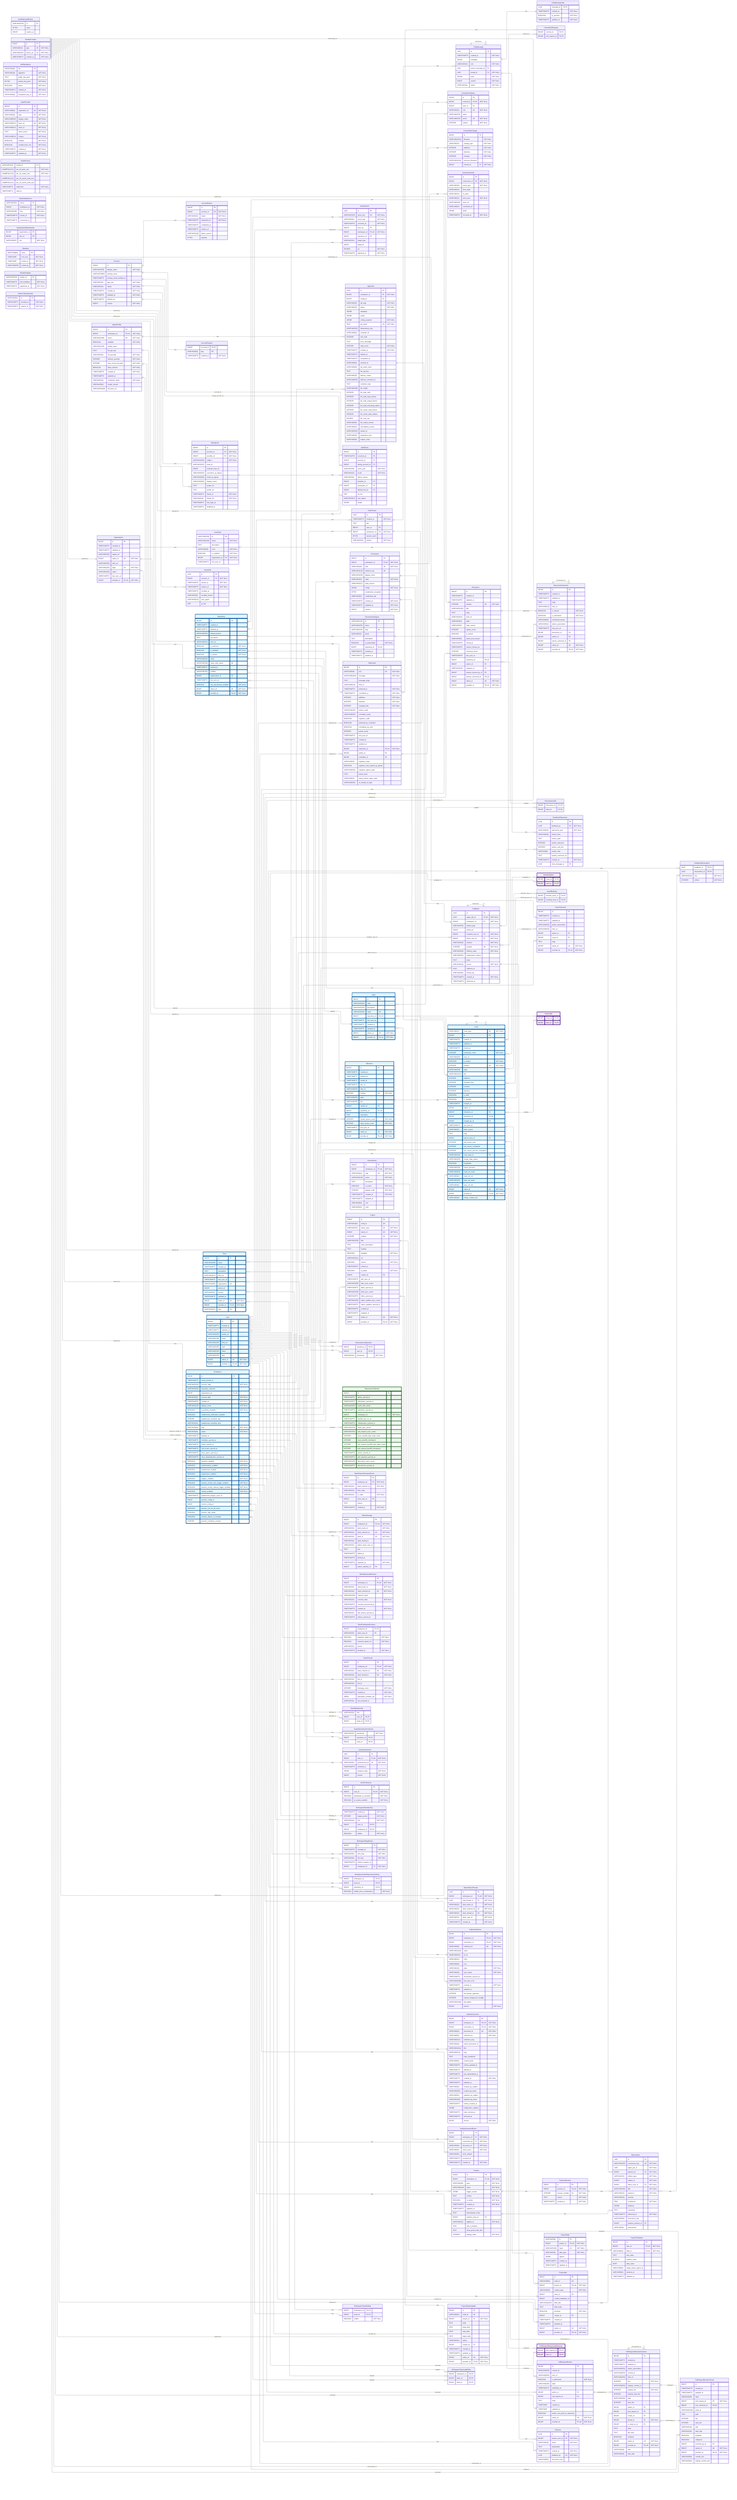
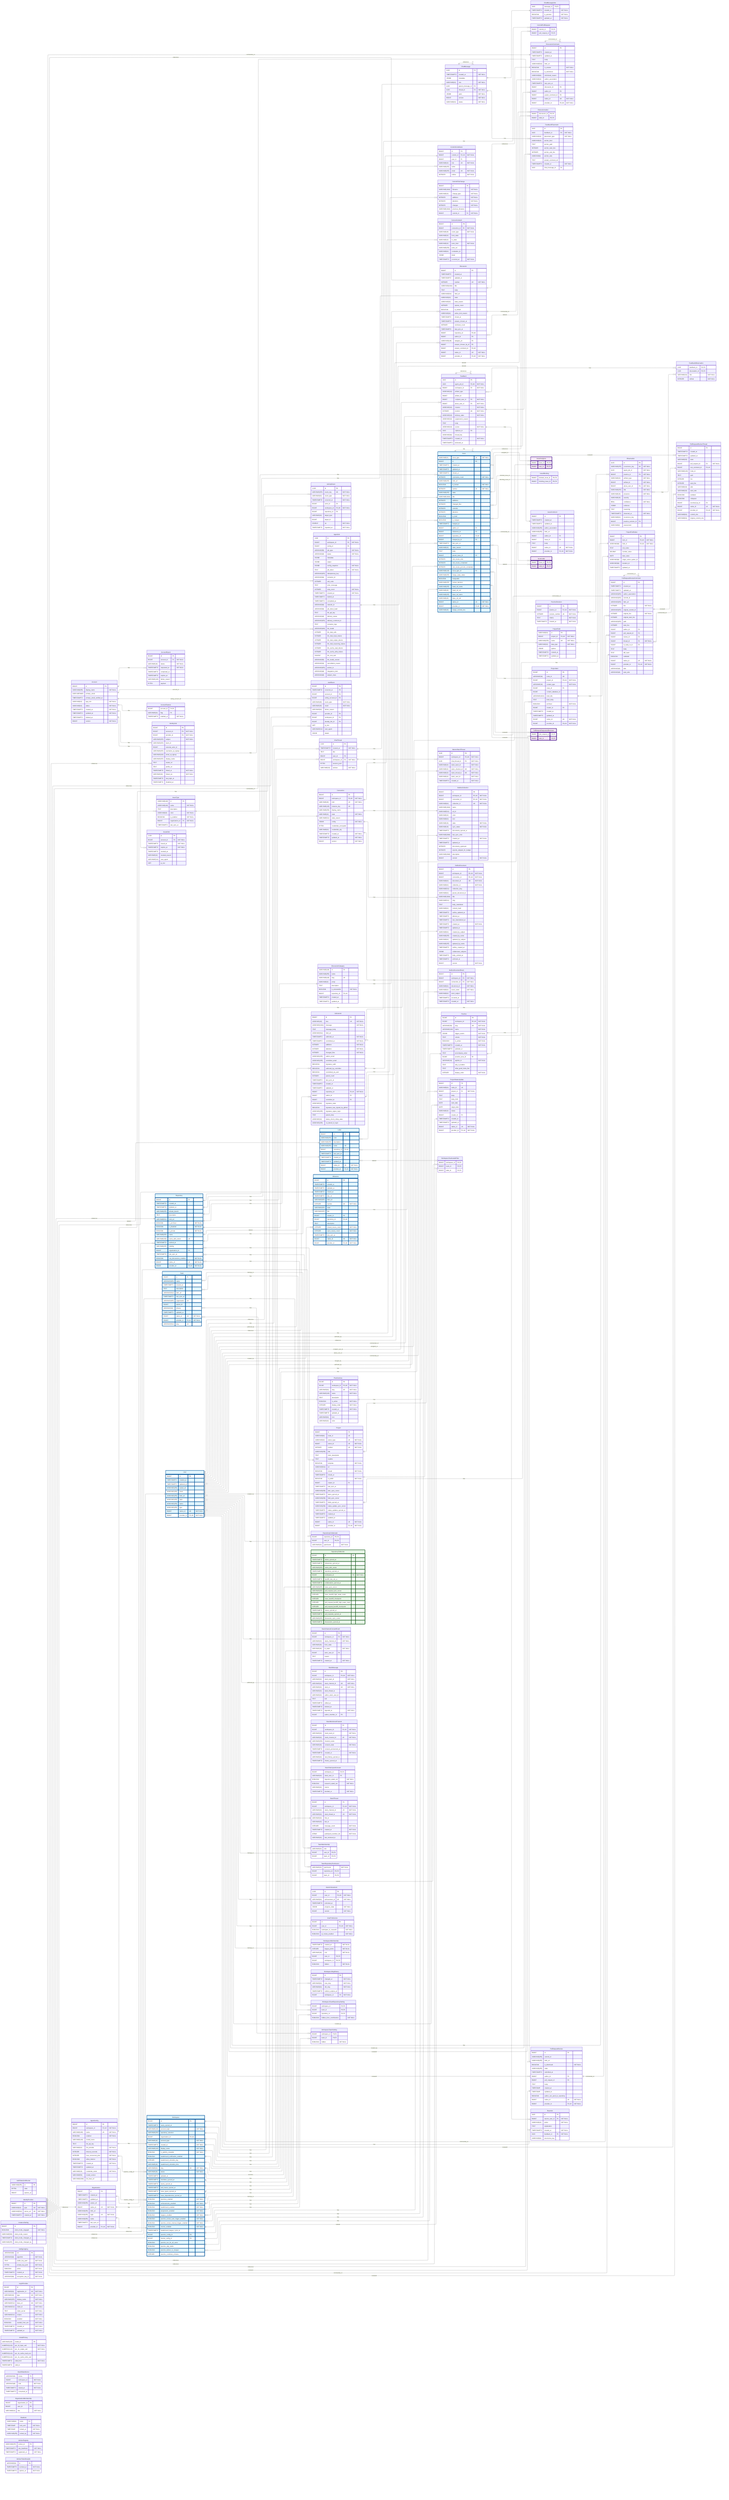
---
config:
    layout: elk
---
erDiagram
    %% Generated automatically from PostgreSQL database schema
    %% using scripts/generate-mermaid-erd.ts
    %% To regenerate: pnpm run db:generate-erd-docs

    direction LR

    Account {
        BIGINT id PK
        VARCHAR(255) display_name "NOT NULL"
        USER-DEFINED primary_email
        TIMESTAMPTZ primary_email_verified_at
        VARCHAR(16) app_role "NOT NULL"
        VARCHAR(16) status "NOT NULL"
        TIMESTAMPTZ created_at "NOT NULL"
        TIMESTAMPTZ updated_at "NOT NULL"
        TIMESTAMPTZ deleted_at
        BIGINT version "NOT NULL"
    }

    AccountExport {
        BIGINT id PK
        BIGINT account_id FK "NOT NULL"
        VARCHAR(16) status "NOT NULL"
        TIMESTAMPTZ requested_at "NOT NULL"
        TIMESTAMPTZ completed_at
        TIMESTAMPTZ expires_at
        VARCHAR(128) failure_reason
        BYTEA payload
    }

    AccountFeature {
        BIGINT account_id PK,FK
        VARCHAR(64) flag PK
        TIMESTAMPTZ enabled_at "NOT NULL"
    }

    ActivityEvent {
        UUID id PK
        VARCHAR(255) event_key UK "NOT NULL"
        VARCHAR(64) event_type "NOT NULL"
        TIMESTAMPTZ occurred_at "NOT NULL"
        BIGINT actor_id FK
        BIGINT workspace_id FK,UK "NOT NULL"
        BIGINT repository_id FK
        VARCHAR(32) target_type
        BIGINT target_id
        DOUBLE xp "NOT NULL"
        TIMESTAMPTZ ingested_at "NOT NULL"
    }

    AgentConfig {
        BIGINT id PK
        BIGINT workspace_id FK,UK "NOT NULL"
        VARCHAR(100) name UK "NOT NULL"
        BOOLEAN enabled "NOT NULL"
        VARCHAR(128) model_name
        TEXT llm_api_key
        VARCHAR(32) llm_provider "NOT NULL"
        INTEGER timeout_seconds "NOT NULL"
        INTEGER max_concurrent_jobs "NOT NULL"
        BOOLEAN allow_internet "NOT NULL"
        TIMESTAMPTZ created_at "NOT NULL"
        TIMESTAMPTZ updated_at
        VARCHAR(16) credential_mode "NOT NULL"
        VARCHAR(50) model_version
        VARCHAR(2048) llm_base_url
    }

    AgentJob {
        UUID id PK
        BIGINT workspace_id FK "NOT NULL"
        BIGINT config_id FK
        VARCHAR(50) job_type "NOT NULL"
        VARCHAR(20) status "NOT NULL"
        JSONB metadata
        JSONB output
        JSONB config_snapshot "NOT NULL"
        TEXT job_token UK "NOT NULL"
        VARCHAR(255) idempotency_key
        VARCHAR(64) container_id
        INTEGER exit_code
        TEXT error_message
        INTEGER retry_count "NOT NULL"
        TIMESTAMPTZ created_at "NOT NULL"
        TIMESTAMPTZ started_at
        TIMESTAMPTZ completed_at
        VARCHAR(64) network_id
        VARCHAR(64) job_token_hash
        TEXT llm_api_key
        VARCHAR(20) delivery_status
        VARCHAR(255) delivery_comment_id
        TEXT container_logs
        VARCHAR(100) llm_model
        INTEGER llm_total_calls
        INTEGER llm_total_input_tokens
        INTEGER llm_total_output_tokens
        INTEGER llm_total_reasoning_tokens
        INTEGER llm_cache_read_tokens
        INTEGER llm_cache_write_tokens
        DOUBLE llm_cost_usd
        VARCHAR(50) llm_model_version
        VARCHAR(32) cancellation_reason
        VARCHAR(255) worker_id
        VARCHAR(48) integration_kind
        VARCHAR(48) subject_class
    }

    AuthEvent {
        BIGINT id PK
        TIMESTAMPTZ occurred_at PK
        BIGINT account_id FK
        BIGINT acting_account_id FK
        VARCHAR(48) event_type "NOT NULL"
        VARCHAR(16) result "NOT NULL"
        VARCHAR(64) failure_reason
        BIGINT provider_id FK
        BIGINT workspace_id FK
        BIGINT identity_link_id FK
        INET ip_inet
        VARCHAR(512) user_agent
        JSONB details
    }

    AuthRateLimitBucket {
        VARCHAR(255) id PK
        BYTEA state
        BIGINT expires_at
    }

    ChatMessage {
        UUID id PK
        TIMESTAMPTZ created_at "NOT NULL"
        JSONB metadata
        VARCHAR(16) role "NOT NULL"
        UUID parent_message_id FK
        UUID thread_id FK "NOT NULL"
        JSONB parts "NOT NULL"
        BIGINT version "NOT NULL"
        VARCHAR(16) status "NOT NULL"
    }

    ChatMessageVote {
        UUID message_id PK,FK
        TIMESTAMPTZ created_at "NOT NULL"
        BOOLEAN is_upvoted "NOT NULL"
        TIMESTAMPTZ updated_at "NOT NULL"
    }

    ChatThread {
        UUID id PK
        TIMESTAMPTZ created_at "NOT NULL"
        TEXT title
        BIGINT user_id FK
        BIGINT workspace_id FK "NOT NULL"
        BYTEA session_jsonl
        VARCHAR(16) surface "NOT NULL"
    }

    CommitContributor {
        BIGINT id PK
        BIGINT commit_id FK,UK "NOT NULL"
        BIGINT user_id FK
        VARCHAR(32) role UK "NOT NULL"
        VARCHAR(255) name
        VARCHAR(255) email UK "NOT NULL"
        INTEGER ordinal "NOT NULL"
    }

    CommitFileChange {
        BIGINT id PK
        VARCHAR(1024) filename "NOT NULL"
        VARCHAR(32) change_type "NOT NULL"
        INTEGER additions "NOT NULL"
        INTEGER deletions "NOT NULL"
        INTEGER changes "NOT NULL"
        VARCHAR(1024) previous_filename
        BIGINT commit_id FK "NOT NULL"
    }

    CommitPullRequest {
        BIGINT commit_id PK,FK
        BIGINT pull_request_id PK,FK
    }

    Connection {
        BIGINT id PK
        BIGINT workspace_id FK,UK "NOT NULL"
        VARCHAR(48) kind UK "NOT NULL"
        VARCHAR(128) instance_key UK
        VARCHAR(256) display_name
        VARCHAR(32) state "NOT NULL"
        VARCHAR(512) state_reason
        JSONB config "NOT NULL"
        BYTEA credentials_encrypted
        VARCHAR(64) credentials_alg
        TIMESTAMPTZ created_at "NOT NULL"
        TIMESTAMPTZ updated_at "NOT NULL"
        BIGINT version "NOT NULL"
    }

    ConnectionAudit {
        BIGINT id PK
        BIGINT connection_id FK "NOT NULL"
        VARCHAR(48) event_type "NOT NULL"
        VARCHAR(32) from_state
        VARCHAR(32) to_state
        VARCHAR(32) actor_kind "NOT NULL"
        VARCHAR(256) actor_ref
        VARCHAR(64) correlation_id
        JSONB detail
        TIMESTAMPTZ occurred_at "NOT NULL"
    }

    Discussion {
        BIGINT id PK
        TIMESTAMPTZ created_at
        TIMESTAMPTZ updated_at
        INTEGER number UK "NOT NULL"
        VARCHAR(1024) title
        TEXT body
        VARCHAR(512) html_url
        VARCHAR(16) state
        VARCHAR(32) state_reason
        INTEGER upvote_count
        BOOLEAN is_locked
        VARCHAR(32) active_lock_reason
        TIMESTAMPTZ closed_at
        TIMESTAMPTZ answer_chosen_at
        INTEGER comment_count
        TIMESTAMPTZ last_sync_at
        BIGINT repository_id FK,UK
        BIGINT author_id FK
        VARCHAR(128) category_id FK
        BIGINT answer_chosen_by_id FK
        BIGINT answer_comment_id FK,UK
        BIGINT native_id UK "NOT NULL"
        BIGINT provider_id FK,UK "NOT NULL"
    }

    DiscussionCategory {
        VARCHAR(128) id PK
        VARCHAR(255) name
        VARCHAR(128) slug UK
        VARCHAR(32) emoji
        TEXT description
        BOOLEAN is_answerable "NOT NULL"
        BIGINT repository_id FK,UK
        TIMESTAMPTZ created_at
        TIMESTAMPTZ updated_at
    }

    DiscussionComment {
        BIGINT id PK
        TIMESTAMPTZ created_at
        TIMESTAMPTZ updated_at
        TEXT body
        VARCHAR(512) html_url
        BOOLEAN is_answer "NOT NULL"
        BOOLEAN is_minimized "NOT NULL"
        VARCHAR(64) minimized_reason
        VARCHAR(32) author_association
        TIMESTAMPTZ last_sync_at
        BIGINT discussion_id FK
        BIGINT author_id FK
        BIGINT parent_comment_id FK
        BIGINT native_id UK "NOT NULL"
        BIGINT provider_id FK,UK "NOT NULL"
    }

    DiscussionLabel {
        BIGINT discussion_id PK,FK
        BIGINT label_id PK,FK
    }

    Feedback {
        UUID id PK
        UUID agent_job_id FK,UK "NOT NULL"
        BIGINT workspace_id FK "NOT NULL"
        VARCHAR(32) artifact_type
        BIGINT artifact_id
        BIGINT recipient_user_id FK "NOT NULL"
        BIGINT about_user_id FK "NOT NULL"
        VARCHAR(32) channel "NOT NULL"
        INTEGER position UK "NOT NULL"
        VARCHAR(16) delivery_state "NOT NULL"
        VARCHAR(32) suppression_reason
        TEXT body
        VARCHAR(16) source "NOT NULL"
        UUID replaces_id FK
        VARCHAR(64) thread_key
        TIMESTAMPTZ created_at "NOT NULL"
        TIMESTAMPTZ delivered_at
    }

    FeedbackObservation {
        UUID feedback_id PK,FK
        UUID observation_id PK,FK
        VARCHAR(16) role "NOT NULL"
        INTEGER ordinal "NOT NULL"
    }

    FeedbackPlacement {
        UUID id PK
        UUID feedback_id FK "NOT NULL"
        VARCHAR(32) placement_type "NOT NULL"
        VARCHAR(16) anchor_kind
        TEXT anchor_path
        INTEGER anchor_start_line
        INTEGER anchor_end_line
        VARCHAR(8) anchor_side
        TEXT posted_comment_ref
        TIMESTAMPTZ created_at "NOT NULL"
        UUID chat_message_id FK
    }

    GitCommit {
        BIGINT id PK
        VARCHAR(40) sha UK "NOT NULL"
        VARCHAR(1024) message "NOT NULL"
        TEXT message_body
        VARCHAR(512) html_url
        TIMESTAMPTZ authored_at "NOT NULL"
        TIMESTAMPTZ committed_at "NOT NULL"
        INTEGER additions "NOT NULL"
        INTEGER deletions "NOT NULL"
        INTEGER changed_files "NOT NULL"
        VARCHAR(255) author_email
        VARCHAR(255) committer_email
        BOOLEAN signature_valid
        BOOLEAN authored_by_committer
        BOOLEAN committed_via_web
        INTEGER parent_count
        TIMESTAMPTZ last_sync_at
        TIMESTAMPTZ created_at
        TIMESTAMPTZ updated_at
        BIGINT repository_id FK,UK "NOT NULL"
        BIGINT author_id FK
        BIGINT committer_id FK
        VARCHAR(32) signature_state
        BOOLEAN signature_was_signed_by_github
        VARCHAR(255) signature_signer_login
        TEXT parent_shas
        VARCHAR(32) status_check_rollup_state
        VARCHAR(255) on_behalf_of_login
    }

    IdentityLink {
        BIGINT id PK
        BIGINT account_id FK "NOT NULL"
        BIGINT provider_id FK "NOT NULL"
        VARCHAR(255) subject "NOT NULL"
        VARCHAR(255) team_id
        BIGINT external_actor_id
        VARCHAR(255) username_at_signup
        VARCHAR(320) email_at_signup
        VARCHAR(255) display_name
        TEXT avatar_url
        TEXT profile_url
        TIMESTAMPTZ linked_at "NOT NULL"
        VARCHAR(16) linked_via "NOT NULL"
        TIMESTAMPTZ last_login_at
        TIMESTAMPTZ disabled_at
    }

    IdentityProvider {
        BIGINT id PK
        VARCHAR(10) type UK "NOT NULL"
        VARCHAR(512) server_url UK "NOT NULL"
        TIMESTAMPTZ created_at "NOT NULL"
+     }
+ 
+     InstanceSetting {
+         BIGINT id PK
+         BOOLEAN silent_mode_engaged "NOT NULL"
+         VARCHAR(500) silent_mode_reason
+         TIMESTAMPTZ silent_mode_changed_at
+         VARCHAR(255) silent_mode_changed_by
    }

    Issue {
        VARCHAR(31) issue_type UK "NOT NULL"
        BIGINT id PK
        TIMESTAMPTZ created_at
        TIMESTAMPTZ updated_at
        TIMESTAMPTZ closed_at
        INTEGER comments_count "NOT NULL"
        VARCHAR(255) html_url
        BOOLEAN is_locked "NOT NULL"
        INTEGER number UK "NOT NULL"
        VARCHAR(255) state
        VARCHAR(1024) title
        INTEGER additions
        INTEGER changed_files
        INTEGER commits
        INTEGER deletions
        BOOLEAN is_draft
        BOOLEAN is_merged
        TIMESTAMPTZ merged_at
        BIGINT author_id FK
        BIGINT milestone_id FK
        BIGINT repository_id FK,UK
        BIGINT merged_by_id FK
        TIMESTAMPTZ last_sync_at
        VARCHAR(32) state_reason
        TEXT body
        BIGINT parent_issue_id FK
        INTEGER sub_issues_total
        INTEGER sub_issues_completed
        INTEGER sub_issues_percent_completed
        VARCHAR(128) issue_type_id FK
        VARCHAR(255) merge_state_status
        BOOLEAN mergeable
        VARCHAR(255) review_decision
        VARCHAR(255) head_ref_name
        VARCHAR(40) head_ref_oid
        VARCHAR(255) base_ref_name
        VARCHAR(40) base_ref_oid
        BIGINT native_id UK "NOT NULL"
        BIGINT provider_id FK,UK "NOT NULL"
        VARCHAR(40) merge_commit_sha
    }

    IssueAssignee {
        BIGINT issue_id PK,FK
        BIGINT user_id PK,FK
    }

    IssueBlocking {
        BIGINT blocked_issue_id PK,FK
        BIGINT blocking_issue_id PK,FK
    }

    IssueComment {
        BIGINT id PK
        TIMESTAMPTZ created_at
        TIMESTAMPTZ updated_at
        VARCHAR(255) author_association
        VARCHAR(255) html_url
        BIGINT author_id FK
        BIGINT issue_id FK
        TEXT body
        BIGINT native_id UK "NOT NULL"
        BIGINT provider_id FK,UK "NOT NULL"
    }

    IssueLabel {
        BIGINT issue_id PK,FK
        BIGINT label_id PK,FK
    }

    IssueType {
        VARCHAR(128) id PK
        VARCHAR(128) name "NOT NULL"
        TEXT description
        VARCHAR(20) color "NOT NULL"
        BOOLEAN is_enabled "NOT NULL"
        BIGINT organization_id FK "NOT NULL"
        TIMESTAMPTZ last_sync_at
    }

    IssuedJwt {
        UUID jti PK
        BIGINT account_id FK "NOT NULL"
        TIMESTAMPTZ issued_at "NOT NULL"
        TIMESTAMPTZ expires_at "NOT NULL"
        TIMESTAMPTZ revoked_at
        VARCHAR(32) revoked_reason
        VARCHAR(512) user_agent
        INET ip_inet
    }

    JwtSigningKey {
        VARCHAR(64) kid PK
        VARCHAR(16) algorithm "NOT NULL"
        TEXT public_key_pem "NOT NULL"
        BYTEA private_key_pem "NOT NULL"
        BOOLEAN active "NOT NULL"
        TIMESTAMPTZ created_at "NOT NULL"
        VARCHAR(64) encryption_key_id "NOT NULL"
    }

    Label {
        BIGINT id PK
        VARCHAR(255) color
        VARCHAR(255) description
        VARCHAR(255) name UK
        BIGINT repository_id FK,UK
        TIMESTAMPTZ last_sync_at
        TIMESTAMPTZ created_at
        TIMESTAMPTZ updated_at
        BIGINT native_id UK "NOT NULL"
        BIGINT provider_id FK,UK "NOT NULL"
    }

    LoginProvider {
        BIGINT id PK
        VARCHAR(64) registration_id UK "NOT NULL"
        VARCHAR(10) type UK "NOT NULL"
        VARCHAR(255) display_name "NOT NULL"
        VARCHAR(512) base_url UK "NOT NULL"
        VARCHAR(512) client_id "NOT NULL"
        TEXT client_secret "NOT NULL"
        VARCHAR(512) scopes "NOT NULL"
        BOOLEAN enabled "NOT NULL"
        BOOLEAN seeded_from_env "NOT NULL"
        TIMESTAMPTZ created_at "NOT NULL"
        TIMESTAMPTZ updated_at "NOT NULL"
    }

    MentorSlackThread {
        UUID id PK
        BIGINT workspace_id FK,UK "NOT NULL"
        UUID chat_thread_id FK "NOT NULL"
        VARCHAR(32) slack_team_id "NOT NULL"
        VARCHAR(32) slack_channel_id UK "NOT NULL"
        VARCHAR(32) slack_thread_ts UK "NOT NULL"
        VARCHAR(32) slack_user_id "NOT NULL"
        TIMESTAMPTZ created_at "NOT NULL"
    }

    Milestone {
        BIGINT id PK
        TIMESTAMPTZ created_at
        TIMESTAMPTZ updated_at
        TIMESTAMPTZ closed_at
        TIMESTAMPTZ due_on
        VARCHAR(255) html_url
        INTEGER number UK "NOT NULL"
        VARCHAR(255) state
        VARCHAR(255) title
        BIGINT creator_id FK
        BIGINT repository_id FK,UK
        TEXT description
        INTEGER closed_issues_count "NOT NULL"
        INTEGER open_issues_count "NOT NULL"
        TIMESTAMPTZ last_sync_at
        BIGINT native_id UK "NOT NULL"
        BIGINT provider_id FK,UK "NOT NULL"
    }

    ModelPricing {
        VARCHAR(128) model_id PK
        NUMERIC(12,6) per_1k_input_usd "NOT NULL"
        NUMERIC(12,6) per_1k_output_usd "NOT NULL"
        NUMERIC(12,6) per_1k_cache_read_usd
        NUMERIC(12,6) per_1k_cache_write_usd
        TIMESTAMPTZ valid_from "NOT NULL"
        TIMESTAMPTZ valid_to
    }

    OauthStateNonce {
        VARCHAR(32) nonce PK
        BIGINT workspace_id "NOT NULL"
        VARCHAR(48) kind "NOT NULL"
        TIMESTAMPTZ issued_at "NOT NULL"
        TIMESTAMPTZ consumed_at
    }

    Observation {
        UUID id PK
        VARCHAR(255) occurrence_key UK "NOT NULL"
        UUID agent_job_id "NOT NULL"
        BIGINT practice_id FK "NOT NULL"
        VARCHAR(32) artifact_type "NOT NULL"
        BIGINT artifact_id "NOT NULL"
        BIGINT about_user_id FK "NOT NULL"
        VARCHAR(255) title "NOT NULL"
        VARCHAR(16) presence "NOT NULL"
        VARCHAR(16) severity
        REAL confidence "NOT NULL"
        JSONB evidence
        TEXT reasoning
        TIMESTAMPTZ observed_at "NOT NULL"
        VARCHAR(64) recurrence_key
        BIGINT practice_revision_id FK
        VARCHAR(8) assessment
    }

    Organization {
        BIGINT id PK
        TIMESTAMPTZ created_at
        TIMESTAMPTZ updated_at
        VARCHAR(255) avatar_url
        BIGINT native_id UK "NOT NULL"
        VARCHAR(255) html_url
        VARCHAR(255) login UK "NOT NULL"
        VARCHAR(255) name
        TIMESTAMPTZ last_sync_at
        BIGINT provider_id FK,UK "NOT NULL"
    }

    OrganizationMembership {
        BIGINT organization_id PK
        BIGINT user_id PK
        VARCHAR(32) role "NOT NULL"
    }

    OutlineCollection {
        BIGINT id PK
        BIGINT workspace_id FK,UK "NOT NULL"
        BIGINT connection_id FK,UK "NOT NULL"
        VARCHAR(64) collection_id UK "NOT NULL"
        VARCHAR(1024) name
        VARCHAR(512) url_id
        VARCHAR(32) color
        VARCHAR(64) icon
        VARCHAR(16) state "NOT NULL"
        VARCHAR(16) sync_status "NOT NULL"
        TIMESTAMPTZ documents_synced_at
        VARCHAR(2048) last_sync_error
        TIMESTAMPTZ created_at "NOT NULL"
        TIMESTAMPTZ updated_at
        INTEGER documents_upstream
        INTEGER exports_skipped_for_budget
        VARCHAR(2048) description
        BIGINT version "NOT NULL"
    }

    OutlineDocument {
        BIGINT id PK
        BIGINT workspace_id FK,UK "NOT NULL"
        BIGINT connection_id FK,UK "NOT NULL"
        VARCHAR(64) document_id UK "NOT NULL"
        VARCHAR(64) collection_id "NOT NULL"
        VARCHAR(512) collection_slug
        VARCHAR(64) parent_document_id
        VARCHAR(1024) title
        VARCHAR(512) slug
        TEXT body_markdown
        VARCHAR(64) content_hash
        TIMESTAMPTZ outline_updated_at
        TIMESTAMPTZ deleted_at
        TIMESTAMPTZ last_materialized_at
        TIMESTAMPTZ created_at "NOT NULL"
        TIMESTAMPTZ updated_at
        VARCHAR(64) created_by_subject
        VARCHAR(255) created_by_name
        VARCHAR(64) updated_by_subject
        VARCHAR(255) updated_by_name
        TIMESTAMPTZ outline_created_at
        JSONB collaborator_subjects
        TIMESTAMPTZ body_evicted_at
        TIMESTAMPTZ archived_at
        BIGINT version "NOT NULL"
    }

    OutlineDocumentEvent {
        BIGINT id PK
        BIGINT workspace_id FK "NOT NULL"
        BIGINT connection_id FK "NOT NULL"
        VARCHAR(64) document_id "NOT NULL"
        VARCHAR(64) event_name "NOT NULL"
        VARCHAR(64) actor_subject
        TIMESTAMPTZ occurred_at
        TIMESTAMPTZ created_at "NOT NULL"
    }

    Practice {
        BIGINT id PK
        BIGINT workspace_id FK,UK "NOT NULL"
        VARCHAR(64) slug UK "NOT NULL"
        VARCHAR(128) name "NOT NULL"
        JSONB trigger_events "NOT NULL"
        TEXT criteria "NOT NULL"
        BOOLEAN is_active "NOT NULL"
        TIMESTAMPTZ created_at "NOT NULL"
        TIMESTAMPTZ updated_at
        TEXT precompute_script
        BIGINT practice_area_id FK
        VARCHAR(32) applies_to "NOT NULL"
        TEXT why_it_matters
        TEXT what_good_looks_like
        INTEGER display_order "NOT NULL"
    }

    PracticeArea {
        BIGINT id PK
        BIGINT workspace_id FK,UK "NOT NULL"
        VARCHAR(64) slug UK "NOT NULL"
        VARCHAR(128) name "NOT NULL"
        TEXT description
        BOOLEAN is_active "NOT NULL"
        INTEGER display_order "NOT NULL"
        TIMESTAMPTZ created_at "NOT NULL"
        TIMESTAMPTZ updated_at
        VARCHAR(64) icon
        VARCHAR(32) color
    }

    PracticeRevision {
        BIGINT id PK
        BIGINT practice_id FK,UK "NOT NULL"
        INTEGER revision_number UK "NOT NULL"
        TEXT criteria "NOT NULL"
        TIMESTAMPTZ created_at "NOT NULL"
    }

    Project {
        BIGINT id PK
        VARCHAR(64) node_id UK
        VARCHAR(32) owner_type UK "NOT NULL"
        BIGINT owner_id UK "NOT NULL"
        INTEGER number UK "NOT NULL"
        VARCHAR(256) title
        TEXT short_description
        TEXT readme
        BOOLEAN template "NOT NULL"
        VARCHAR(512) url
        BOOLEAN closed "NOT NULL"
        TIMESTAMPTZ closed_at
        BOOLEAN is_public "NOT NULL"
        BIGINT creator_id FK
        TIMESTAMPTZ last_sync_at
        VARCHAR(256) item_sync_cursor
        TIMESTAMPTZ items_synced_at
        VARCHAR(256) field_sync_cursor
        TIMESTAMPTZ fields_synced_at
        VARCHAR(256) status_update_sync_cursor
        TIMESTAMPTZ status_updates_synced_at
        TIMESTAMPTZ created_at
        TIMESTAMPTZ updated_at
        BIGINT native_id UK "NOT NULL"
        BIGINT provider_id FK,UK "NOT NULL"
    }

    ProjectField {
        VARCHAR(64) id PK
        BIGINT project_id FK,UK "NOT NULL"
        VARCHAR(256) name UK "NOT NULL"
        VARCHAR(32) data_type "NOT NULL"
        JSONB options
        TIMESTAMPTZ created_at
        TIMESTAMPTZ updated_at
    }

    ProjectFieldValue {
        BIGINT id PK
        BIGINT item_id FK,UK "NOT NULL"
        VARCHAR(64) field_id FK,UK "NOT NULL"
        TEXT text_value
        DOUBLE number_value
        DATE date_value
        VARCHAR(64) single_select_option_id
        VARCHAR(64) iteration_id
        TIMESTAMPTZ updated_at
    }

    ProjectItem {
        BIGINT id PK
        VARCHAR(64) node_id UK
        BIGINT project_id FK,UK "NOT NULL"
        VARCHAR(32) content_type "NOT NULL"
        BIGINT issue_id FK
        BIGINT content_database_id
        VARCHAR(1024) draft_title
        TEXT draft_body
        BOOLEAN archived "NOT NULL"
        BIGINT creator_id FK
        TIMESTAMPTZ created_at
        TIMESTAMPTZ updated_at
        BIGINT native_id UK "NOT NULL"
        BIGINT provider_id FK,UK "NOT NULL"
    }

    ProjectStatusUpdate {
        BIGINT id PK
        VARCHAR(64) node_id UK
        BIGINT project_id FK "NOT NULL"
        TEXT body
        TEXT body_html
        DATE start_date
        DATE target_date
        VARCHAR(32) status
        BIGINT creator_id FK
        TIMESTAMPTZ created_at
        TIMESTAMPTZ updated_at
        BIGINT native_id UK "NOT NULL"
        BIGINT provider_id FK,UK "NOT NULL"
    }

    PullRequestRequestedReviewer {
        BIGINT pull_request_id PK,FK
        BIGINT user_id PK,FK
    }

    PullRequestReview {
        BIGINT id PK
        VARCHAR(255) commit_id
        VARCHAR(255) html_url
        BOOLEAN is_dismissed "NOT NULL"
        VARCHAR(255) state
        TIMESTAMPTZ submitted_at
        BIGINT author_id FK
        BIGINT pull_request_id FK
        TEXT body
        TIMESTAMP created_at
        TIMESTAMP updated_at
        BOOLEAN author_can_push_to_repository
        BIGINT native_id UK "NOT NULL"
        BIGINT provider_id FK,UK "NOT NULL"
    }

    PullRequestReviewComment {
        BIGINT id PK
        TIMESTAMPTZ created_at
        TIMESTAMPTZ updated_at
        VARCHAR(255) author_association
        VARCHAR(255) commit_id
        VARCHAR(255) html_url
        INTEGER line "NOT NULL"
        VARCHAR(255) original_commit_id
        INTEGER original_line "NOT NULL"
        INTEGER original_start_line
        VARCHAR(255) path
        INTEGER start_line
        BIGINT author_id FK
        BIGINT pull_request_id FK
        BIGINT review_id FK
        BIGINT thread_id FK "NOT NULL"
        BIGINT in_reply_to_id FK
        TEXT body
        TEXT diff_hunk
        BOOLEAN outdated
        BIGINT native_id UK "NOT NULL"
        BIGINT provider_id FK,UK "NOT NULL"
        VARCHAR(16) side
        VARCHAR(16) start_side
    }

    PullRequestReviewThread {
        BIGINT id PK
        TIMESTAMPTZ created_at
        TIMESTAMPTZ updated_at
        VARCHAR(20) state
        BIGINT pull_request_id FK "NOT NULL"
        BIGINT root_comment_id FK,UK
        VARCHAR(128) node_id
        TEXT path
        INTEGER line
        INTEGER start_line
        VARCHAR(16) side
        VARCHAR(16) start_side
        BOOLEAN outdated
        BOOLEAN collapsed
        BIGINT resolved_by_id FK
        BIGINT native_id UK "NOT NULL"
        BIGINT provider_id FK,UK "NOT NULL"
        VARCHAR(64) commit_sha
        VARCHAR(64) original_commit_sha
    }

    Reaction {
        UUID id PK
        BIGINT reactor_user_id FK "NOT NULL"
        VARCHAR(16) action "NOT NULL"
        TEXT explanation
        TIMESTAMPTZ created_at "NOT NULL"
        UUID feedback_id FK "NOT NULL"
        VARCHAR(64) recurrence_key
    }

    Repository {
        BIGINT id PK
        TIMESTAMPTZ created_at
        TIMESTAMPTZ updated_at
        VARCHAR(255) default_branch
        TEXT description
        VARCHAR(512) html_url
        BOOLEAN is_archived "NOT NULL"
        BOOLEAN is_disabled "NOT NULL"
        BOOLEAN is_private "NOT NULL"
        VARCHAR(255) name
        VARCHAR(150) name_with_owner UK
        TIMESTAMPTZ pushed_at
        VARCHAR(255) visibility
        BIGINT organization_id FK
        TIMESTAMPTZ last_sync_at
        BOOLEAN has_discussions_enabled "NOT NULL"
        BIGINT native_id UK "NOT NULL"
        BIGINT provider_id FK,UK "NOT NULL"
    }

    RepositoryCollaborator {
        BIGINT repository_id PK,FK
        BIGINT user_id PK,FK
        VARCHAR(32) permission "NOT NULL"
    }

    RepositoryToMonitor {
        BIGINT id PK
        TIMESTAMPTZ labels_synced_at
        TIMESTAMPTZ milestones_synced_at
        VARCHAR(255) name_with_owner
        TIMESTAMPTZ repository_synced_at
        BIGINT workspace_id FK "NOT NULL"
        TIMESTAMPTZ backfill_last_run_at
        TIMESTAMPTZ collaborators_synced_at
        VARCHAR(255) issue_sync_cursor
        VARCHAR(255) pull_request_sync_cursor
        INTEGER issue_backfill_high_water_mark
        INTEGER issue_backfill_checkpoint
        INTEGER pull_request_backfill_high_water_mark
        INTEGER pull_request_backfill_checkpoint
        TIMESTAMPTZ issues_synced_at
        TIMESTAMPTZ pull_requests_synced_at
        VARCHAR(255) discussion_sync_cursor
        TIMESTAMPTZ discussions_synced_at
    }

    Shedlock {
        VARCHAR(64) name PK
        TIMESTAMP lock_until "NOT NULL"
        TIMESTAMP locked_at "NOT NULL"
        VARCHAR(255) locked_by "NOT NULL"
    }

    SlackChannelConsentEvent {
        BIGINT id PK
        BIGINT workspace_id FK "NOT NULL"
        VARCHAR(32) slack_channel_id "NOT NULL"
        VARCHAR(16) from_state
        VARCHAR(16) to_state "NOT NULL"
        BIGINT actor_user_id FK
        TEXT reason
        TIMESTAMPTZ created_at "NOT NULL"
    }

    SlackMessage {
        BIGINT id PK
        BIGINT workspace_id FK,UK "NOT NULL"
        VARCHAR(32) slack_team_id "NOT NULL"
        VARCHAR(32) slack_channel_id UK "NOT NULL"
        VARCHAR(32) slack_ts UK "NOT NULL"
        VARCHAR(32) slack_thread_ts
        VARCHAR(32) author_slack_user_id
        TEXT text
        TIMESTAMPTZ edited_at
        TIMESTAMPTZ deleted_at
        TIMESTAMPTZ ingested_at "NOT NULL"
        BIGINT author_member_id FK
    }

    SlackMonitoredChannel {
        BIGINT id PK
        BIGINT workspace_id FK,UK "NOT NULL"
        VARCHAR(32) slack_team_id "NOT NULL"
        VARCHAR(32) slack_channel_id UK "NOT NULL"
        VARCHAR(256) channel_name
        VARCHAR(16) consent_state "NOT NULL"
        TIMESTAMPTZ consent_announced_at
        TIMESTAMPTZ created_at "NOT NULL"
        VARCHAR(32) last_history_synced_ts
        TIMESTAMPTZ history_synced_at
    }

    SlackParticipantConsent {
        BIGINT workspace_id PK,FK
        VARCHAR(32) slack_user_id PK
        BOOLEAN ingestion_opted_out "NOT NULL"
        BOOLEAN research_opted_out "NOT NULL"
        VARCHAR(32) source
        TIMESTAMPTZ decided_at "NOT NULL"
    }

    SlackThread {
        BIGINT id PK
        BIGINT workspace_id FK,UK "NOT NULL"
        VARCHAR(32) slack_channel_id UK "NOT NULL"
        VARCHAR(32) slack_thread_ts UK "NOT NULL"
        VARCHAR(32) first_ts
        VARCHAR(32) last_ts
        INTEGER message_count "NOT NULL"
        TIMESTAMPTZ created_at "NOT NULL"
        ARRAY participant_member_ids "NOT NULL"
        VARCHAR(32) last_reviewed_ts
    }

    Team {
        BIGINT id PK
        VARCHAR(255) name
        TIMESTAMPTZ created_at
        TEXT description
        VARCHAR(512) html_url
        TIMESTAMPTZ last_sync_at
        VARCHAR(255) organization UK
        BIGINT parent_id
        VARCHAR(32) privacy
        TIMESTAMPTZ updated_at
        BIGINT native_id UK "NOT NULL"
        BIGINT provider_id FK,UK "NOT NULL"
        VARCHAR(512) slug UK
    }

    TeamMembership {
        VARCHAR(32) role
        BIGINT user_id PK,FK
        BIGINT team_id PK,FK
    }

    TeamRepositoryPermission {
        VARCHAR(32) permission "NOT NULL"
        BIGINT repository_id PK,FK
        BIGINT team_id PK,FK
    }

    User {
        BIGINT id PK
        TIMESTAMPTZ created_at
        TIMESTAMPTZ updated_at
        VARCHAR(255) avatar_url
        VARCHAR(255) email
        VARCHAR(255) html_url
        VARCHAR(255) login
        VARCHAR(255) name
        VARCHAR(255) type
        BIGINT native_id UK "NOT NULL"
        BIGINT provider_id FK,UK "NOT NULL"
    }

    UserAchievement {
        UUID id PK
        BIGINT user_id FK,UK "NOT NULL"
        VARCHAR(64) achievement_id UK "NOT NULL"
        TIMESTAMPTZ unlocked_at
        JSONB progress_data "NOT NULL"
        BIGINT version "NOT NULL"
    }

    UserPreference {
        BIGINT id PK
        BIGINT user_id FK,UK "NOT NULL"
        BOOLEAN participate_in_research "NOT NULL"
        BOOLEAN ai_review_enabled "NOT NULL"
    }

    WorkerRegistry {
        VARCHAR(255) worker_id PK
        TIMESTAMPTZ last_heartbeat "NOT NULL"
        TIMESTAMPTZ registered_at "NOT NULL"
    }

    WorkerTokenDenylist {
        VARCHAR(64) jti PK
        TIMESTAMPTZ revoked_at "NOT NULL"
        TIMESTAMPTZ expires_at "NOT NULL"
    }

    Workspace {
        BIGINT id PK
        TIMESTAMPTZ users_synced_at
        VARCHAR(120) account_login "NOT NULL"
        VARCHAR(255) repository_selection
        BIGINT organization_id FK,UK
        VARCHAR(10) account_type "NOT NULL"
        TIMESTAMPTZ created_at "NOT NULL"
        VARCHAR(120) display_name "NOT NULL"
        BOOLEAN is_publicly_viewable "NOT NULL"
        BOOLEAN leaderboard_notification_enabled
        INTEGER leaderboard_schedule_day
        VARCHAR(10) leaderboard_schedule_time
        VARCHAR(64) slug UK "NOT NULL"
        VARCHAR(20) status "NOT NULL"
        TIMESTAMPTZ updated_at
        TIMESTAMPTZ members_synced_at
        TIMESTAMPTZ teams_synced_at
        TIMESTAMPTZ sub_issues_synced_at
        TIMESTAMPTZ issue_types_synced_at
        TIMESTAMPTZ issue_dependencies_synced_at
        BOOLEAN practices_enabled "NOT NULL"
        BOOLEAN achievements_enabled "NOT NULL"
        BOOLEAN leaderboard_enabled "NOT NULL"
        BOOLEAN progression_enabled "NOT NULL"
        BOOLEAN leagues_enabled "NOT NULL"
        BOOLEAN practice_review_auto_trigger_enabled "NOT NULL"
        BOOLEAN practice_review_manual_trigger_enabled "NOT NULL"
        BOOLEAN mentor_enabled "NOT NULL"
        TIMESTAMPTZ leaderboard_league_cycle_at
        BIGINT practice_config_id FK
        BIGINT mentor_config_id FK
        BOOLEAN practice_run_for_all_users
        BOOLEAN practice_skip_drafts
        BOOLEAN practice_deliver_to_merged
        INTEGER practice_cooldown_minutes
    }

    WorkspaceMembership {
        TIMESTAMPTZ created_at "NOT NULL"
        INTEGER league_points "NOT NULL"
        VARCHAR(16) role "NOT NULL"
        BIGINT user_id PK,FK
        BIGINT workspace_id PK,FK
        BOOLEAN hidden "NOT NULL"
    }

    WorkspaceSlugHistory {
        BIGINT id PK
        TIMESTAMPTZ changed_at "NOT NULL"
        VARCHAR(64) new_slug "NOT NULL"
        VARCHAR(64) old_slug "NOT NULL"
        TIMESTAMPTZ redirect_expires_at
        BIGINT workspace_id FK "NOT NULL"
    }

    WorkspaceTeamLabelFilter {
        BIGINT workspace_id PK,FK
        BIGINT team_id PK,FK
        BIGINT label_id PK,FK
    }

    WorkspaceTeamRepositorySetting {
        BIGINT workspace_id PK,FK
        BIGINT team_id PK,FK
        BIGINT repository_id PK,FK
        BOOLEAN hidden_from_contributions "NOT NULL"
    }

    WorkspaceTeamSetting {
        BIGINT workspace_id PK,FK
        BIGINT team_id PK,FK
        BOOLEAN hidden "NOT NULL"
    }

    %% Relationships
    %% One-to-One relationships
    Account ||--|| AccountFeature : has
    Workspace ||--|| ActivityEvent : has
    Workspace ||--|| AgentConfig : has
    ChatMessage ||--|| ChatMessageVote : has
    GitCommit ||--|| CommitContributor : has
    Workspace ||--|| Connection : has
    Repository ||--|| Discussion : has
    DiscussionComment ||--|| Discussion : references
    IdentityProvider ||--|| Discussion : references
    Repository ||--|| DiscussionCategory : has
    IdentityProvider ||--|| DiscussionComment : commented_on
    AgentJob ||--|| Feedback : has
    Repository ||--|| GitCommit : has
    Repository ||--|| Issue : has
    IdentityProvider ||--|| Issue : references
    IdentityProvider ||--|| IssueComment : commented_on
    Repository ||--|| Label : labeled
    IdentityProvider ||--|| Label : labeled
    Workspace ||--|| MentorSlackThread : has
    Repository ||--|| Milestone : has
    IdentityProvider ||--|| Milestone : references
    IdentityProvider ||--|| Organization : references
    Workspace ||--|| OutlineCollection : has
    Connection ||--|| OutlineCollection : has
    Workspace ||--|| OutlineDocument : has
    Connection ||--|| OutlineDocument : has
    Workspace ||--|| Practice : has
    Workspace ||--|| PracticeArea : has
    Practice ||--|| PracticeRevision : has
    IdentityProvider ||--|| Project : references
    Project ||--|| ProjectField : has
    ProjectItem ||--|| ProjectFieldValue : has
    ProjectField ||--|| ProjectFieldValue : has
    Project ||--|| ProjectItem : has
    IdentityProvider ||--|| ProjectItem : references
    IdentityProvider ||--|| ProjectStatusUpdate : references
    IdentityProvider ||--|| PullRequestReview : reviewed
    IdentityProvider ||--|| PullRequestReviewComment : commented_on
    PullRequestReviewComment ||--|| PullRequestReviewThread : reviewed
    IdentityProvider ||--|| PullRequestReviewThread : reviewed
    IdentityProvider ||--|| Repository : references
    Workspace ||--|| SlackMessage : has
    Workspace ||--|| SlackMonitoredChannel : has
    Workspace ||--|| SlackParticipantConsent : has
    Workspace ||--|| SlackThread : has
    IdentityProvider ||--|| Team : references
    IdentityProvider ||--|| User : references
    User ||--|| UserAchievement : has
    User ||--|| UserPreference : has
    Organization ||--|| Workspace : has
    User ||--|| WorkspaceMembership : belongs_to
    Workspace ||--|| WorkspaceMembership : belongs_to

    %% One-to-Many relationships
    Account ||--o{ AccountExport : has
    User ||--o{ ActivityEvent : references
    Repository ||--o{ ActivityEvent : has
    Workspace ||--o{ AgentJob : has
    AgentConfig ||--o{ AgentJob : has
    Account ||--o{ AuthEvent : account_id
    Account ||--o{ AuthEvent : acting_account_id
    IdentityProvider ||--o{ AuthEvent : references
    Workspace ||--o{ AuthEvent : has
    IdentityLink ||--o{ AuthEvent : has
    ChatMessage ||--o{ ChatMessage : references
    ChatThread ||--o{ ChatMessage : has
    User ||--o{ ChatThread : has
    Workspace ||--o{ ChatThread : has
    User ||--o{ CommitContributor : has
    GitCommit ||--o{ CommitFileChange : has
    Connection ||--o{ ConnectionAudit : has
    User ||--o{ Discussion : authored_by
    DiscussionCategory ||--o{ Discussion : has
    User ||--o{ Discussion : references
    Discussion ||--o{ DiscussionComment : commented_on
    User ||--o{ DiscussionComment : commented_on
    DiscussionComment ||--o{ DiscussionComment : commented_on
    Workspace ||--o{ Feedback : has
    User ||--o{ Feedback : recipient_user_id
    User ||--o{ Feedback : about_user_id
    Feedback ||--o{ Feedback : references
    Feedback ||--o{ FeedbackPlacement : has
    ChatMessage ||--o{ FeedbackPlacement : has
    User ||--o{ GitCommit : authored_by
    User ||--o{ GitCommit : references
    Account ||--o{ IdentityLink : has
    IdentityProvider ||--o{ IdentityLink : references
    User ||--o{ Issue : authored_by
    Milestone ||--o{ Issue : has
    User ||--o{ Issue : merged_by
    Issue ||--o{ Issue : has
    IssueType ||--o{ Issue : has
    User ||--o{ IssueComment : commented_on
    Issue ||--o{ IssueComment : commented_on
    Organization ||--o{ IssueType : has
    Account ||--o{ IssuedJwt : has
    ChatThread ||--o{ MentorSlackThread : has
    User ||--o{ Milestone : created_by
    Practice ||--o{ Observation : has
    User ||--o{ Observation : has
    PracticeRevision ||--o{ Observation : has
    Workspace ||--o{ OutlineDocumentEvent : has
    Connection ||--o{ OutlineDocumentEvent : has
    PracticeArea ||--o{ Practice : has
    User ||--o{ Project : created_by
    Issue ||--o{ ProjectItem : has
    User ||--o{ ProjectItem : created_by
    Project ||--o{ ProjectStatusUpdate : has
    User ||--o{ ProjectStatusUpdate : created_by
    User ||--o{ PullRequestReview : reviewed
    Issue ||--o{ PullRequestReview : reviewed
    User ||--o{ PullRequestReviewComment : commented_on
    Issue ||--o{ PullRequestReviewComment : commented_on
    PullRequestReview ||--o{ PullRequestReviewComment : commented_on
    PullRequestReviewThread ||--o{ PullRequestReviewComment : commented_on
    PullRequestReviewComment ||--o{ PullRequestReviewComment : commented_on
    Issue ||--o{ PullRequestReviewThread : reviewed
    User ||--o{ PullRequestReviewThread : reviewed
    User ||--o{ Reaction : has
    Feedback ||--o{ Reaction : has
    Organization ||--o{ Repository : has
    Workspace ||--o{ RepositoryToMonitor : monitors
    Workspace ||--o{ SlackChannelConsentEvent : has
    User ||--o{ SlackChannelConsentEvent : has
    User ||--o{ SlackMessage : authored_by
    AgentConfig ||--o{ Workspace : practice_config_id
    AgentConfig ||--o{ Workspace : mentor_config_id
    Workspace ||--o{ WorkspaceSlugHistory : has

    %% Many-to-Many relationships
    GitCommit }o--o{ CommitPullRequest : has
    Issue }o--o{ CommitPullRequest : references
    Discussion }o--o{ DiscussionLabel : labeled
    Label }o--o{ DiscussionLabel : labeled
    Feedback }o--o{ FeedbackObservation : has
    Observation }o--o{ FeedbackObservation : has
    Issue }o--o{ IssueAssignee : assigned_to
    User }o--o{ IssueAssignee : assigned_to
    Issue }o--o{ IssueBlocking : blocked_issue_id
    Issue }o--o{ IssueBlocking : blocking_issue_id
    Issue }o--o{ IssueLabel : labeled
    Label }o--o{ IssueLabel : labeled
    Issue }o--o{ PullRequestRequestedReviewer : reviewed
    User }o--o{ PullRequestRequestedReviewer : reviewed
    Repository }o--o{ RepositoryCollaborator : has
    User }o--o{ RepositoryCollaborator : has
    User }o--o{ TeamMembership : belongs_to
    Team }o--o{ TeamMembership : belongs_to
    Repository }o--o{ TeamRepositoryPermission : has
    Team }o--o{ TeamRepositoryPermission : has
    Workspace }o--o{ WorkspaceTeamLabelFilter : labeled
    Team }o--o{ WorkspaceTeamLabelFilter : labeled
    Label }o--o{ WorkspaceTeamLabelFilter : labeled
    Workspace }o--o{ WorkspaceTeamRepositorySetting : has
    Team }o--o{ WorkspaceTeamRepositorySetting : has
    Repository }o--o{ WorkspaceTeamRepositorySetting : has
    Workspace }o--o{ WorkspaceTeamSetting : has
    Team }o--o{ WorkspaceTeamSetting : has

    %% Styling
    classDef primaryEntity fill:#e1f5fe,stroke:#01579b,stroke-width:2px
    classDef associationEntity fill:#f3e5f5,stroke:#4a148c,stroke-width:2px
    classDef metadataEntity fill:#e8f5e8,stroke:#1b5e20,stroke-width:2px

    class Issue primaryEntity
    class IssueAssignee associationEntity
    class IssueLabel associationEntity
    class Label primaryEntity
    class Milestone primaryEntity
    class PullRequestRequestedReviewer associationEntity
    class Repository primaryEntity
    class RepositoryToMonitor metadataEntity
    class Team primaryEntity
    class User primaryEntity
    class Workspace primaryEntity
